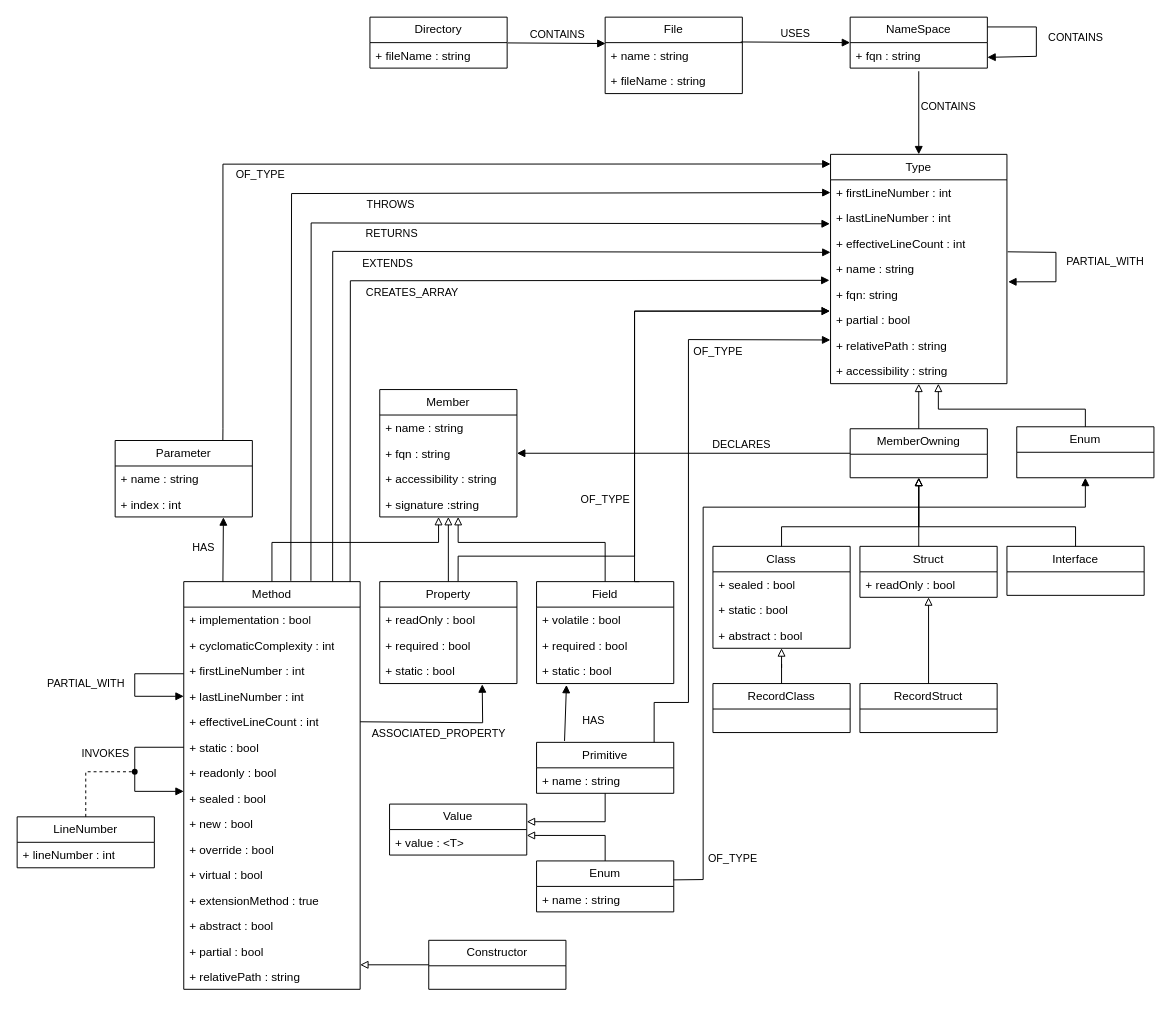
Above: drawio/DatabaseSchema.drawio in kontext-e/jqa-csharp-plugin (draw.io), before the change. Source tidied: cells renumbered, new cells numbered last; positions are measured from the earlier drawing's top-left corner, leaving out a move shared by most shapes. Both pictures are drawn from the tidied source at 98%, with x=0, y=0 at pixel (17, 17).
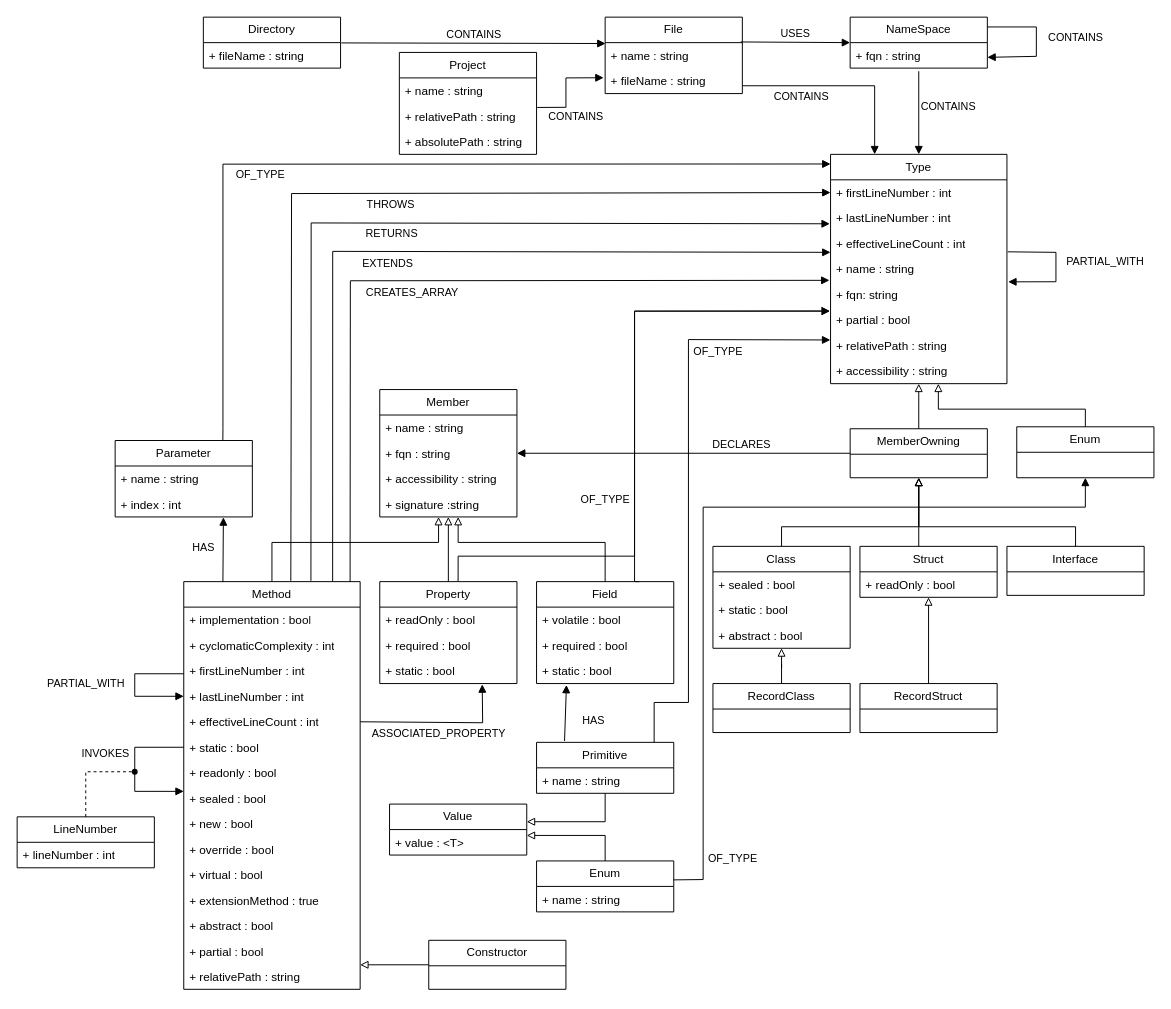
The same diagram, later.

The change refers to these unchanged cells:
```xml
<mxCell id="2" value="Type" style="swimlane;fontStyle=0;horizontal=1;startSize=26;fillColor=none;whiteSpace=wrap;html=1;" parent="1" vertex="1">
  <mxGeometry x="830" y="140" width="180" height="234" as="geometry" />
</mxCell>
<mxCell id="94" value="+ fileName : string" style="text;strokeColor=none;fillColor=none;align=left;verticalAlign=top;spacingLeft=4;spacingRight=4;overflow=hidden;points=[[0,0.5],[1,0.5]];portConstraint=eastwest;whiteSpace=wrap;html=1;" parent="92" vertex="1">
  <mxGeometry y="52" width="140" height="26" as="geometry" />
</mxCell>
```

Change to the diagram source:
```diff
@@
     <mxCell id="101" value="Directory" style="swimlane;fontStyle=0;horizontal=1;startSize=26;fillColor=none;whiteSpace=wrap;html=1;" parent="1" vertex="1">
-      <mxGeometry x="360" width="140" height="52" as="geometry" />
+      <mxGeometry x="190" width="140" height="52" as="geometry" />
     </mxCell>
@@
+    <mxCell id="105" value="CONTAINS" style="html=1;verticalAlign=bottom;endArrow=block;curved=0;rounded=0;entryX=0.25;entryY=0;entryDx=0;entryDy=0;exitX=0.988;exitY=-0.026;exitDx=0;exitDy=0;exitPerimeter=0;" parent="1" edge="1" target="2">
+      <mxGeometry x="-0.41" y="-20" relative="1" as="geometry">
+        <mxPoint x="740" y="70" as="sourcePoint" />
+        <Array as="points">
+          <mxPoint x="875" y="70" />
+        </Array>
+      </mxGeometry>
+    </mxCell>
+    <mxCell id="106" value="Project" style="swimlane;fontStyle=0;horizontal=1;startSize=26;fillColor=none;whiteSpace=wrap;html=1;" parent="1" vertex="1">
+      <mxGeometry x="390" y="36" width="140" height="104" as="geometry" />
+    </mxCell>
+    <mxCell id="107" value="+ name : string" style="text;strokeColor=none;fillColor=none;align=left;verticalAlign=top;spacingLeft=4;spacingRight=4;overflow=hidden;whiteSpace=wrap;html=1;" parent="106" vertex="1">
+      <mxGeometry y="26" width="140" height="26" as="geometry" />
+    </mxCell>
+    <mxCell id="108" value="+ relativePath : string" style="text;strokeColor=none;fillColor=none;align=left;verticalAlign=top;spacingLeft=4;spacingRight=4;overflow=hidden;points=[[0,0.5],[1,0.5]];portConstraint=eastwest;whiteSpace=wrap;html=1;" parent="106" vertex="1">
+      <mxGeometry y="52" width="140" height="26" as="geometry" />
+    </mxCell>
+    <mxCell id="109" value="+ absolutePath : string" style="text;strokeColor=none;fillColor=none;align=left;verticalAlign=top;spacingLeft=4;spacingRight=4;overflow=hidden;whiteSpace=wrap;html=1;" parent="106" vertex="1">
+      <mxGeometry y="78" width="140" height="26" as="geometry" />
+    </mxCell>
+    <mxCell id="110" value="CONTAINS" style="html=1;verticalAlign=bottom;endArrow=block;curved=0;rounded=0;entryX=-0.011;entryY=0.378;entryDx=0;entryDy=0;exitX=1.005;exitY=0.16;exitDx=0;exitDy=0;exitPerimeter=0;entryPerimeter=0;" parent="1" edge="1" source="108" target="94">
+      <mxGeometry x="-0.4" y="-21" relative="1" as="geometry">
+        <Array as="points">
+          <mxPoint x="560" y="92" />
+          <mxPoint x="560" y="62" />
+        </Array>
+        <mxPoint x="-11" y="18" as="offset" />
+      </mxGeometry>
+    </mxCell>
```
